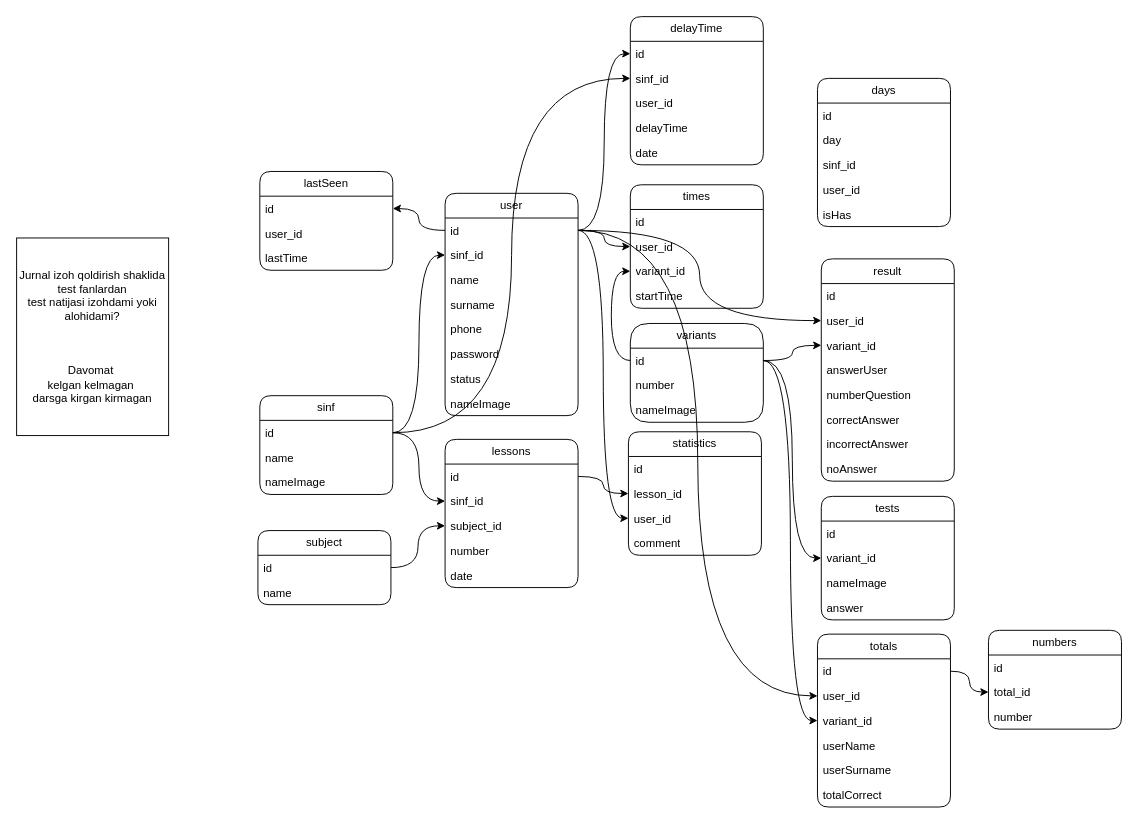
MardonAslonov/DrawIo keeps this draw.io diagram as Ixlos.drawio. Above is the earlier version. Source tidied: cells renumbered, new cells numbered last; positions are measured from the earlier drawing's top-left corner, leaving out a move shared by most shapes. Both pictures are drawn from the tidied source at 95%, with x=0, y=0 at pixel (16, 16).
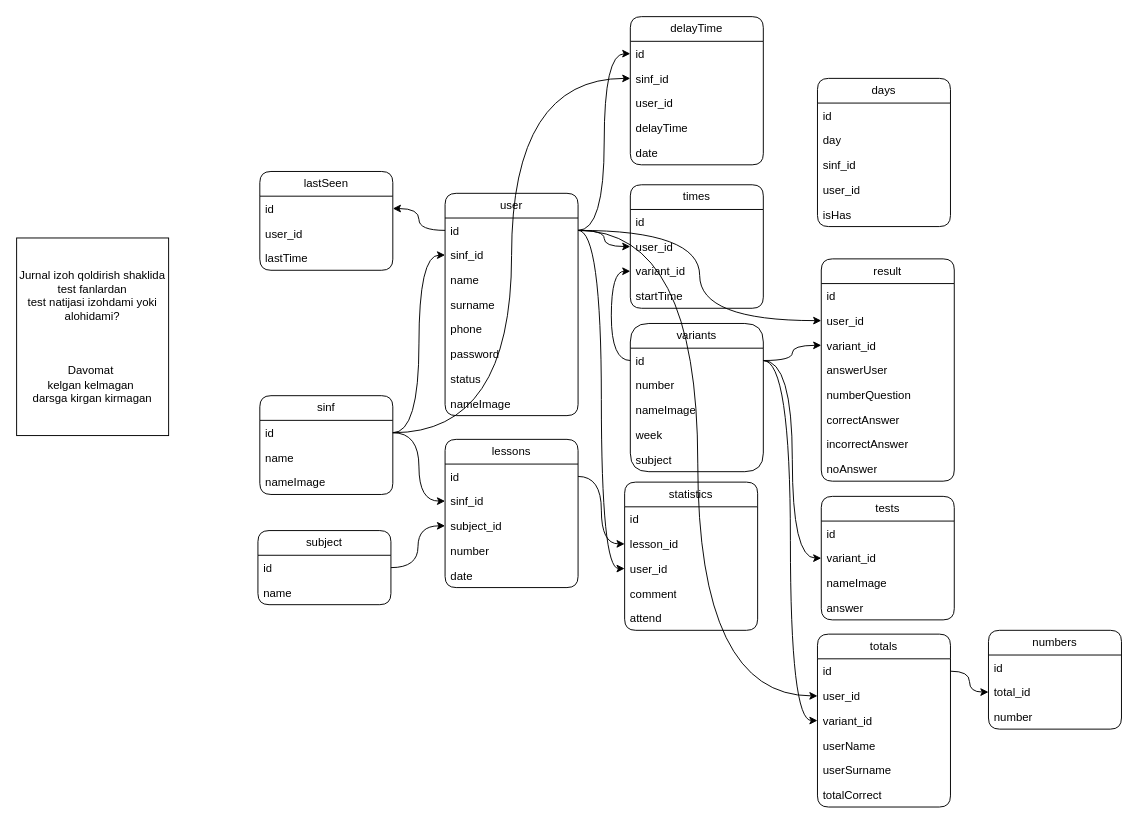
The same diagram, later.

Diff of the diagram source:
```diff
@@
     <mxCell id="12" value="statistics" style="swimlane;fontStyle=0;horizontal=1;startSize=26;fillColor=none;whiteSpace=wrap;html=1;rounded=1;shadow=0;glass=0;" parent="1" vertex="1">
-      <mxGeometry x="644" y="437" width="140" height="130" as="geometry" />
+      <mxGeometry x="640" y="490" width="140" height="156" as="geometry" />
     </mxCell>
@@
+    <mxCell id="96" value="attend" style="text;strokeColor=none;fillColor=none;align=left;verticalAlign=top;spacingLeft=4;spacingRight=4;overflow=hidden;whiteSpace=wrap;html=1;" parent="12" vertex="1">
+      <mxGeometry y="130" width="140" height="26" as="geometry" />
+    </mxCell>
@@
     <mxCell id="54" value="variants" style="swimlane;fontStyle=0;horizontal=1;startSize=26;fillColor=none;whiteSpace=wrap;html=1;rounded=1;shadow=0;glass=0;arcSize=25;" parent="1" vertex="1">
-      <mxGeometry x="646" y="323" width="140" height="104" as="geometry" />
+      <mxGeometry x="646" y="323" width="140" height="156" as="geometry" />
     </mxCell>
@@
+    <mxCell id="97" value="week" style="text;strokeColor=none;fillColor=none;align=left;verticalAlign=top;spacingLeft=4;spacingRight=4;overflow=hidden;whiteSpace=wrap;html=1;" parent="54" vertex="1">
+      <mxGeometry y="104" width="140" height="26" as="geometry" />
+    </mxCell>
+    <mxCell id="98" value="subject" style="text;strokeColor=none;fillColor=none;align=left;verticalAlign=top;spacingLeft=4;spacingRight=4;overflow=hidden;whiteSpace=wrap;html=1;" parent="54" vertex="1">
+      <mxGeometry y="130" width="140" height="26" as="geometry" />
+    </mxCell>
```
